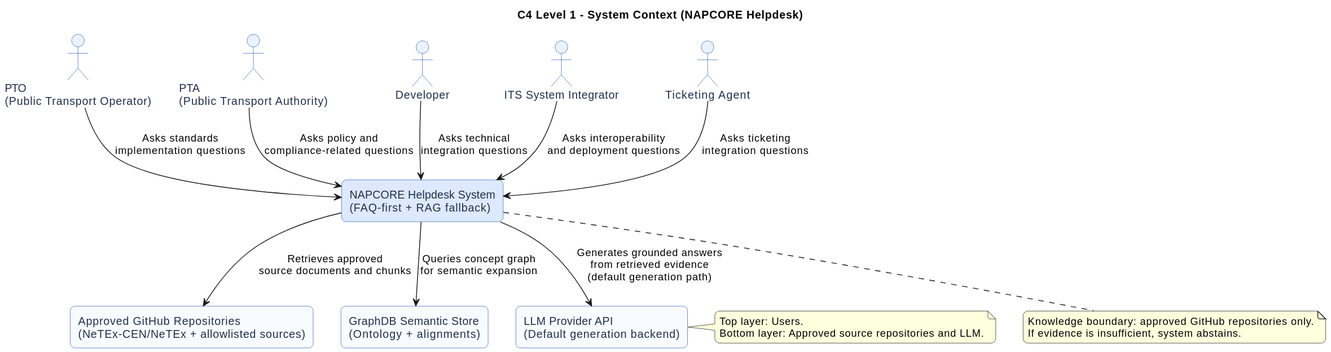
Before: docs/architecture/c4-level1-system-context.svg, a diagram exported from PlantUML (UM-KGPI/NapcoreHelpdesk).
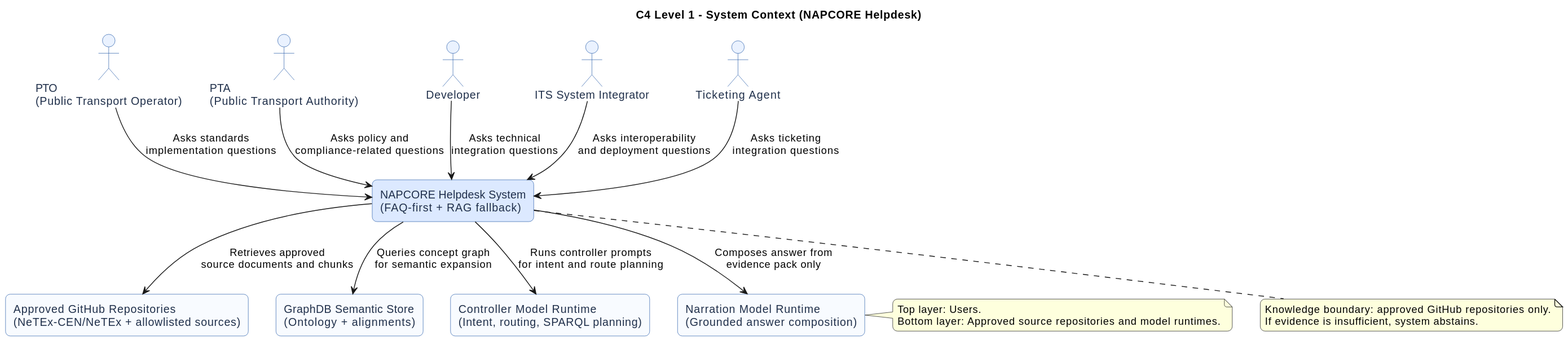
The same diagram one commit later.

Change to the diagram source:
```diff
@@ -23,7 +23,8 @@
 rectangle "NAPCORE Helpdesk System\n(FAQ-first + RAG fallback)" as HELPDESK #DCE9FF
 rectangle "Approved GitHub Repositories\n(NeTEx-CEN/NeTEx + allowlisted sources)" as GITHUB
 rectangle "GraphDB Semantic Store\n(Ontology + alignments)" as GRAPHDB
-rectangle "LLM Provider API\n(Default generation backend)" as LLM
+rectangle "Controller Model Runtime\n(Intent, routing, SPARQL planning)" as CONTROLLER_LLM
+rectangle "Narration Model Runtime\n(Grounded answer composition)" as NARRATION_LLM
 
 PTO --> HELPDESK : Asks standards\nimplementation questions
 PTA --> HELPDESK : Asks policy and\ncompliance-related questions
@@ -38,19 +39,21 @@
 
 HELPDESK -[hidden]down-> GITHUB
 GITHUB -[hidden]right-> GRAPHDB
-GRAPHDB -[hidden]right-> LLM
+GRAPHDB -[hidden]right-> CONTROLLER_LLM
+CONTROLLER_LLM -[hidden]right-> NARRATION_LLM
 
 HELPDESK --> GITHUB : Retrieves approved\nsource documents and chunks
 HELPDESK --> GRAPHDB : Queries concept graph\nfor semantic expansion
-HELPDESK --> LLM : Generates grounded answers\nfrom retrieved evidence\n(default generation path)
+HELPDESK --> CONTROLLER_LLM : Runs controller prompts\nfor intent and route planning
+HELPDESK --> NARRATION_LLM : Composes answer from\nevidence pack only
 
 note bottom of HELPDESK
 Knowledge boundary: approved GitHub repositories only.
 If evidence is insufficient, system abstains.
 end note
 
-note right of LLM
+note right of NARRATION_LLM
 Top layer: Users.
-Bottom layer: Approved source repositories and LLM.
+Bottom layer: Approved source repositories and model runtimes.
 end note
 @enduml
```
